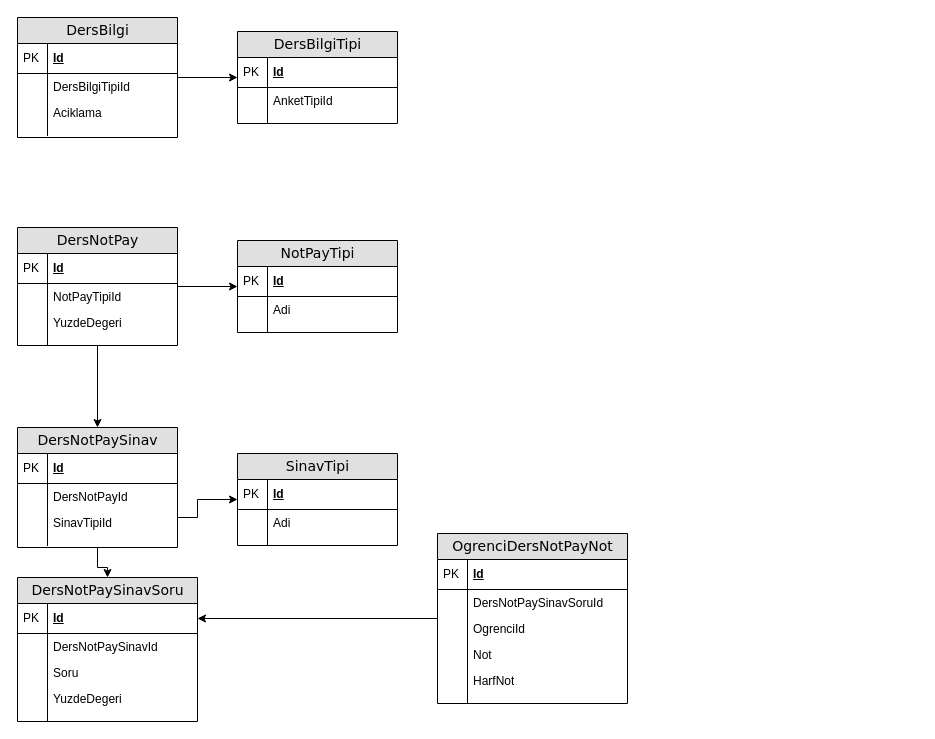
The draw.io diagram page "Öğretmen" (5 of 8) of Kur 2/Veritabanı Diagrams.drawio in etuncay/kugim-gen-yazilimcilar-egitim-programi, before the edit. Source tidied: cells renumbered, new cells numbered last; positions are measured from the earlier drawing's top-left corner, leaving out a move shared by most shapes. Both pictures are drawn from the tidied source at 100%, with x=0, y=0 at pixel (17, 17).
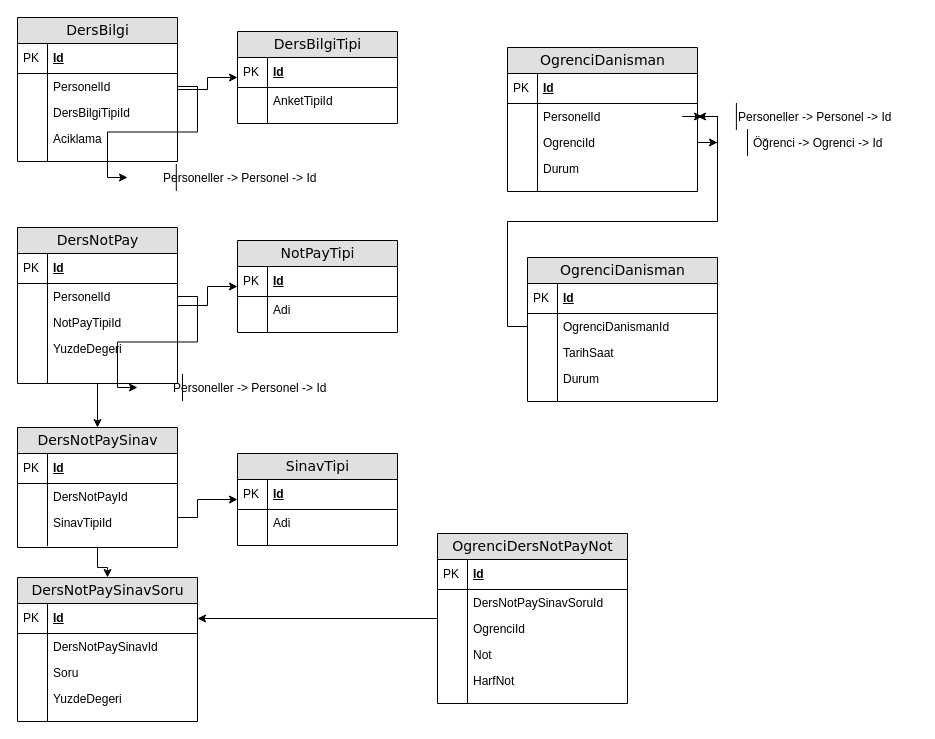
The same page after the edit.

Diff of the diagram source:
```diff
@@
     <mxCell id="3" value="DersBilgi" style="swimlane;html=1;fontStyle=0;horizontal=1;startSize=26;fillColor=#e0e0e0;swimlaneFillColor=#ffffff;align=center;rounded=0;shadow=0;comic=0;labelBackgroundColor=none;strokeWidth=1;fontFamily=Verdana;fontSize=14;" parent="1" vertex="1">
-      <mxGeometry width="160" height="120" as="geometry" />
+      <mxGeometry width="160" height="144" as="geometry" />
     </mxCell>
@@
+    <mxCell id="80" value="PersonelId" style="shape=partialRectangle;top=0;left=0;right=0;bottom=0;html=1;align=left;verticalAlign=top;fillColor=none;spacingLeft=34;spacingRight=4;whiteSpace=wrap;overflow=hidden;points=[[0,0.5],[1,0.5]];portConstraint=eastwest;" parent="3" vertex="1">
+      <mxGeometry y="56" width="160" height="26" as="geometry" />
+    </mxCell>
+    <mxCell id="81" style="shape=partialRectangle;top=0;left=0;bottom=0;html=1;fillColor=none;align=left;verticalAlign=top;spacingLeft=4;spacingRight=4;whiteSpace=wrap;overflow=hidden;" parent="80" vertex="1">
+      <mxGeometry width="30" height="26" as="geometry" />
+    </mxCell>
     <mxCell id="6" value="DersBilgiTipiId" style="shape=partialRectangle;top=0;left=0;right=0;bottom=0;html=1;align=left;verticalAlign=top;fillColor=none;spacingLeft=34;spacingRight=4;whiteSpace=wrap;overflow=hidden;" parent="3" vertex="1">
-      <mxGeometry y="56" width="160" height="26" as="geometry" />
+      <mxGeometry y="82" width="160" height="26" as="geometry" />
     </mxCell>
@@
     <mxCell id="8" value="Aciklama" style="shape=partialRectangle;top=0;left=0;right=0;bottom=0;html=1;align=left;verticalAlign=top;fillColor=none;spacingLeft=34;spacingRight=4;whiteSpace=wrap;overflow=hidden;" parent="3" vertex="1">
-      <mxGeometry y="82" width="160" height="26" as="geometry" />
+      <mxGeometry y="108" width="160" height="26" as="geometry" />
     </mxCell>
@@
     <mxCell id="10" style="shape=partialRectangle;top=0;left=0;right=0;bottom=0;html=1;align=left;verticalAlign=top;fillColor=none;spacingLeft=34;spacingRight=4;whiteSpace=wrap;overflow=hidden;" parent="3" vertex="1">
-      <mxGeometry y="108" width="160" height="10" as="geometry" />
+      <mxGeometry y="134" width="160" height="10" as="geometry" />
     </mxCell>
@@
     <mxCell id="21" value="DersNotPay" style="swimlane;html=1;fontStyle=0;horizontal=1;startSize=26;fillColor=#e0e0e0;swimlaneFillColor=#ffffff;align=center;rounded=0;shadow=0;comic=0;labelBackgroundColor=none;strokeWidth=1;fontFamily=Verdana;fontSize=14;" parent="1" vertex="1">
-      <mxGeometry y="210" width="160" height="118" as="geometry" />
+      <mxGeometry y="210" width="160" height="156" as="geometry" />
     </mxCell>
@@
+    <mxCell id="82" value="PersonelId" style="shape=partialRectangle;top=0;left=0;right=0;bottom=0;html=1;align=left;verticalAlign=top;fillColor=none;spacingLeft=34;spacingRight=4;whiteSpace=wrap;overflow=hidden;points=[[0,0.5],[1,0.5]];portConstraint=eastwest;" parent="21" vertex="1">
+      <mxGeometry y="56" width="160" height="26" as="geometry" />
+    </mxCell>
+    <mxCell id="83" style="shape=partialRectangle;top=0;left=0;bottom=0;html=1;fillColor=none;align=left;verticalAlign=top;spacingLeft=4;spacingRight=4;whiteSpace=wrap;overflow=hidden;" parent="82" vertex="1">
+      <mxGeometry width="30" height="26" as="geometry" />
+    </mxCell>
     <mxCell id="24" value="NotPayTipiId" style="shape=partialRectangle;top=0;left=0;right=0;bottom=0;html=1;align=left;verticalAlign=top;fillColor=none;spacingLeft=34;spacingRight=4;whiteSpace=wrap;overflow=hidden;" parent="21" vertex="1">
-      <mxGeometry y="56" width="160" height="26" as="geometry" />
+      <mxGeometry y="82" width="160" height="26" as="geometry" />
     </mxCell>
@@
     <mxCell id="26" value="YuzdeDegeri" style="shape=partialRectangle;top=0;left=0;right=0;bottom=0;html=1;align=left;verticalAlign=top;fillColor=none;spacingLeft=34;spacingRight=4;whiteSpace=wrap;overflow=hidden;" parent="21" vertex="1">
-      <mxGeometry y="82" width="160" height="26" as="geometry" />
+      <mxGeometry y="108" width="160" height="26" as="geometry" />
     </mxCell>
@@
     <mxCell id="28" style="shape=partialRectangle;top=0;left=0;right=0;bottom=0;html=1;align=left;verticalAlign=top;fillColor=none;spacingLeft=34;spacingRight=4;whiteSpace=wrap;overflow=hidden;" parent="21" vertex="1">
-      <mxGeometry y="108" width="160" height="10" as="geometry" />
+      <mxGeometry y="134" width="160" height="22" as="geometry" />
     </mxCell>
     <mxCell id="29" style="shape=partialRectangle;top=0;left=0;bottom=0;html=1;fillColor=none;align=left;verticalAlign=top;spacingLeft=4;spacingRight=4;whiteSpace=wrap;overflow=hidden;" parent="28" vertex="1">
-      <mxGeometry width="30" height="10" as="geometry" />
+      <mxGeometry width="30" height="22" as="geometry" />
     </mxCell>
@@
+    <mxCell id="84" value="OgrenciDanisman" style="swimlane;html=1;fontStyle=0;horizontal=1;startSize=26;fillColor=#e0e0e0;swimlaneFillColor=#ffffff;align=center;rounded=0;shadow=0;comic=0;labelBackgroundColor=none;strokeWidth=1;fontFamily=Verdana;fontSize=14;" parent="1" vertex="1">
+      <mxGeometry x="490" y="30" width="190" height="144" as="geometry" />
+    </mxCell>
+    <mxCell id="85" value="Id" style="shape=partialRectangle;top=0;left=0;right=0;bottom=1;html=1;align=left;verticalAlign=middle;fillColor=none;spacingLeft=34;spacingRight=4;whiteSpace=wrap;overflow=hidden;fontStyle=5;" parent="84" vertex="1">
+      <mxGeometry y="26" width="190" height="30" as="geometry" />
+    </mxCell>
+    <mxCell id="86" value="PK" style="shape=partialRectangle;top=0;left=0;bottom=0;html=1;fillColor=none;align=left;verticalAlign=middle;spacingLeft=4;spacingRight=4;whiteSpace=wrap;overflow=hidden;" parent="85" vertex="1">
+      <mxGeometry width="30" height="30" as="geometry" />
+    </mxCell>
+    <mxCell id="87" value="PersonelId" style="shape=partialRectangle;top=0;left=0;right=0;bottom=0;html=1;align=left;verticalAlign=top;fillColor=none;spacingLeft=34;spacingRight=4;whiteSpace=wrap;overflow=hidden;points=[[0,0.5],[1,0.5]];portConstraint=eastwest;" parent="84" vertex="1">
+      <mxGeometry y="56" width="190" height="26" as="geometry" />
+    </mxCell>
+    <mxCell id="88" style="shape=partialRectangle;top=0;left=0;bottom=0;html=1;fillColor=none;align=left;verticalAlign=top;spacingLeft=4;spacingRight=4;whiteSpace=wrap;overflow=hidden;" parent="87" vertex="1">
+      <mxGeometry width="30" height="26" as="geometry" />
+    </mxCell>
+    <mxCell id="89" value="OgrenciId" style="shape=partialRectangle;top=0;left=0;right=0;bottom=0;html=1;align=left;verticalAlign=top;fillColor=none;spacingLeft=34;spacingRight=4;whiteSpace=wrap;overflow=hidden;points=[[0,0.5],[1,0.5]];portConstraint=eastwest;" parent="84" vertex="1">
+      <mxGeometry y="82" width="190" height="26" as="geometry" />
+    </mxCell>
+    <mxCell id="90" style="shape=partialRectangle;top=0;left=0;bottom=0;html=1;fillColor=none;align=left;verticalAlign=top;spacingLeft=4;spacingRight=4;whiteSpace=wrap;overflow=hidden;" parent="89" vertex="1">
+      <mxGeometry width="30" height="26" as="geometry" />
+    </mxCell>
+    <mxCell id="91" value="Durum" style="shape=partialRectangle;top=0;left=0;right=0;bottom=0;html=1;align=left;verticalAlign=top;fillColor=none;spacingLeft=34;spacingRight=4;whiteSpace=wrap;overflow=hidden;" parent="84" vertex="1">
+      <mxGeometry y="108" width="190" height="26" as="geometry" />
+    </mxCell>
+    <mxCell id="92" style="shape=partialRectangle;top=0;left=0;bottom=0;html=1;fillColor=none;align=left;verticalAlign=top;spacingLeft=4;spacingRight=4;whiteSpace=wrap;overflow=hidden;" parent="91" vertex="1">
+      <mxGeometry width="30" height="26" as="geometry" />
+    </mxCell>
+    <mxCell id="93" style="shape=partialRectangle;top=0;left=0;right=0;bottom=0;html=1;align=left;verticalAlign=top;fillColor=none;spacingLeft=34;spacingRight=4;whiteSpace=wrap;overflow=hidden;" parent="84" vertex="1">
+      <mxGeometry y="134" width="190" height="10" as="geometry" />
+    </mxCell>
+    <mxCell id="94" style="shape=partialRectangle;top=0;left=0;bottom=0;html=1;fillColor=none;align=left;verticalAlign=top;spacingLeft=4;spacingRight=4;whiteSpace=wrap;overflow=hidden;" parent="93" vertex="1">
+      <mxGeometry width="30" height="10" as="geometry" />
+    </mxCell>
+    <mxCell id="95" value="OgrenciDanisman" style="swimlane;html=1;fontStyle=0;horizontal=1;startSize=26;fillColor=#e0e0e0;swimlaneFillColor=#ffffff;align=center;rounded=0;shadow=0;comic=0;labelBackgroundColor=none;strokeWidth=1;fontFamily=Verdana;fontSize=14;" parent="1" vertex="1">
+      <mxGeometry x="510" y="240" width="190" height="144" as="geometry" />
+    </mxCell>
+    <mxCell id="96" value="Id" style="shape=partialRectangle;top=0;left=0;right=0;bottom=1;html=1;align=left;verticalAlign=middle;fillColor=none;spacingLeft=34;spacingRight=4;whiteSpace=wrap;overflow=hidden;fontStyle=5;" parent="95" vertex="1">
+      <mxGeometry y="26" width="190" height="30" as="geometry" />
+    </mxCell>
+    <mxCell id="97" value="PK" style="shape=partialRectangle;top=0;left=0;bottom=0;html=1;fillColor=none;align=left;verticalAlign=middle;spacingLeft=4;spacingRight=4;whiteSpace=wrap;overflow=hidden;" parent="96" vertex="1">
+      <mxGeometry width="30" height="30" as="geometry" />
+    </mxCell>
+    <mxCell id="98" value="OgrenciDanismanId" style="shape=partialRectangle;top=0;left=0;right=0;bottom=0;html=1;align=left;verticalAlign=top;fillColor=none;spacingLeft=34;spacingRight=4;whiteSpace=wrap;overflow=hidden;points=[[0,0.5],[1,0.5]];portConstraint=eastwest;" parent="95" vertex="1">
+      <mxGeometry y="56" width="190" height="26" as="geometry" />
+    </mxCell>
+    <mxCell id="99" style="shape=partialRectangle;top=0;left=0;bottom=0;html=1;fillColor=none;align=left;verticalAlign=top;spacingLeft=4;spacingRight=4;whiteSpace=wrap;overflow=hidden;" parent="98" vertex="1">
+      <mxGeometry width="30" height="26" as="geometry" />
+    </mxCell>
+    <mxCell id="100" value="TarihSaat" style="shape=partialRectangle;top=0;left=0;right=0;bottom=0;html=1;align=left;verticalAlign=top;fillColor=none;spacingLeft=34;spacingRight=4;whiteSpace=wrap;overflow=hidden;" parent="95" vertex="1">
+      <mxGeometry y="82" width="190" height="26" as="geometry" />
+    </mxCell>
+    <mxCell id="101" style="shape=partialRectangle;top=0;left=0;bottom=0;html=1;fillColor=none;align=left;verticalAlign=top;spacingLeft=4;spacingRight=4;whiteSpace=wrap;overflow=hidden;" parent="100" vertex="1">
+      <mxGeometry width="30" height="26" as="geometry" />
+    </mxCell>
+    <mxCell id="102" value="Durum" style="shape=partialRectangle;top=0;left=0;right=0;bottom=0;html=1;align=left;verticalAlign=top;fillColor=none;spacingLeft=34;spacingRight=4;whiteSpace=wrap;overflow=hidden;" parent="95" vertex="1">
+      <mxGeometry y="108" width="190" height="26" as="geometry" />
+    </mxCell>
+    <mxCell id="103" style="shape=partialRectangle;top=0;left=0;bottom=0;html=1;fillColor=none;align=left;verticalAlign=top;spacingLeft=4;spacingRight=4;whiteSpace=wrap;overflow=hidden;" parent="102" vertex="1">
+      <mxGeometry width="30" height="26" as="geometry" />
+    </mxCell>
+    <mxCell id="104" style="shape=partialRectangle;top=0;left=0;right=0;bottom=0;html=1;align=left;verticalAlign=top;fillColor=none;spacingLeft=34;spacingRight=4;whiteSpace=wrap;overflow=hidden;" parent="95" vertex="1">
+      <mxGeometry y="134" width="190" height="10" as="geometry" />
+    </mxCell>
+    <mxCell id="105" style="shape=partialRectangle;top=0;left=0;bottom=0;html=1;fillColor=none;align=left;verticalAlign=top;spacingLeft=4;spacingRight=4;whiteSpace=wrap;overflow=hidden;" parent="104" vertex="1">
+      <mxGeometry width="30" height="10" as="geometry" />
+    </mxCell>
+    <mxCell id="106" style="edgeStyle=orthogonalEdgeStyle;rounded=0;jettySize=auto;html=1;" parent="1" edge="1" source="98" target="87">
+      <mxGeometry relative="1" as="geometry" />
+    </mxCell>
+    <mxCell id="107" value="Öğrenci -&amp;gt; Ogrenci -&amp;gt; Id" style="shape=partialRectangle;top=0;left=0;right=0;bottom=0;html=1;align=left;verticalAlign=top;fillColor=none;spacingLeft=34;spacingRight=4;whiteSpace=wrap;overflow=hidden;points=[[0,0.5],[1,0.5]];portConstraint=eastwest;" parent="1" vertex="1">
+      <mxGeometry x="700" y="112" width="190" height="26" as="geometry" />
+    </mxCell>
+    <mxCell id="108" style="shape=partialRectangle;top=0;left=0;bottom=0;html=1;fillColor=none;align=left;verticalAlign=top;spacingLeft=4;spacingRight=4;whiteSpace=wrap;overflow=hidden;" parent="107" vertex="1">
+      <mxGeometry width="30" height="26" as="geometry" />
+    </mxCell>
+    <mxCell id="109" style="edgeStyle=orthogonalEdgeStyle;rounded=0;jettySize=auto;html=1;" parent="1" edge="1" source="89" target="107">
+      <mxGeometry relative="1" as="geometry" />
+    </mxCell>
+    <mxCell id="110" value="Personeller -&amp;gt; Personel -&amp;gt; Id" style="shape=partialRectangle;top=0;left=0;right=0;bottom=0;html=1;align=left;verticalAlign=top;fillColor=none;spacingLeft=34;spacingRight=4;whiteSpace=wrap;overflow=hidden;points=[[0,0.5],[1,0.5]];portConstraint=eastwest;" parent="1" vertex="1">
+      <mxGeometry x="685" y="86" width="215" height="26" as="geometry" />
+    </mxCell>
+    <mxCell id="111" style="shape=partialRectangle;top=0;left=0;bottom=0;html=1;fillColor=none;align=left;verticalAlign=top;spacingLeft=4;spacingRight=4;whiteSpace=wrap;overflow=hidden;" parent="110" vertex="1">
+      <mxGeometry width="33.9" height="26" as="geometry" />
+    </mxCell>
+    <mxCell id="112" style="edgeStyle=orthogonalEdgeStyle;rounded=0;jettySize=auto;html=1;" parent="1" edge="1" source="87" target="110">
+      <mxGeometry relative="1" as="geometry" />
+    </mxCell>
+    <mxCell id="113" value="Personeller -&amp;gt; Personel -&amp;gt; Id" style="shape=partialRectangle;top=0;left=0;right=0;bottom=0;html=1;align=left;verticalAlign=top;fillColor=none;spacingLeft=34;spacingRight=4;whiteSpace=wrap;overflow=hidden;points=[[0,0.5],[1,0.5]];portConstraint=eastwest;" parent="1" vertex="1">
+      <mxGeometry x="120" y="357" width="240" height="26" as="geometry" />
+    </mxCell>
+    <mxCell id="114" style="shape=partialRectangle;top=0;left=0;bottom=0;html=1;fillColor=none;align=left;verticalAlign=top;spacingLeft=4;spacingRight=4;whiteSpace=wrap;overflow=hidden;" parent="113" vertex="1">
+      <mxGeometry width="45" height="26" as="geometry" />
+    </mxCell>
+    <mxCell id="115" style="edgeStyle=orthogonalEdgeStyle;rounded=0;jettySize=auto;html=1;" parent="1" edge="1" source="82" target="113">
+      <mxGeometry relative="1" as="geometry" />
+    </mxCell>
+    <mxCell id="116" value="Personeller -&amp;gt; Personel -&amp;gt; Id" style="shape=partialRectangle;top=0;left=0;right=0;bottom=0;html=1;align=left;verticalAlign=top;fillColor=none;spacingLeft=34;spacingRight=4;whiteSpace=wrap;overflow=hidden;points=[[0,0.5],[1,0.5]];portConstraint=eastwest;" parent="1" vertex="1">
+      <mxGeometry x="110" y="147" width="260" height="26" as="geometry" />
+    </mxCell>
+    <mxCell id="117" style="shape=partialRectangle;top=0;left=0;bottom=0;html=1;fillColor=none;align=left;verticalAlign=top;spacingLeft=4;spacingRight=4;whiteSpace=wrap;overflow=hidden;" parent="116" vertex="1">
+      <mxGeometry width="48.8" height="26" as="geometry" />
+    </mxCell>
+    <mxCell id="118" style="edgeStyle=orthogonalEdgeStyle;rounded=0;jettySize=auto;html=1;" parent="1" edge="1" source="80" target="116">
+      <mxGeometry relative="1" as="geometry" />
+    </mxCell>
```
